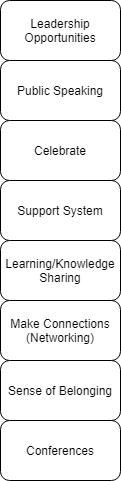
Earlier version of the draw.io export qa-community.xml.png (s-gurjit/diagrams). Source tidied: cells renumbered, new cells last; positions are measured from the earlier drawing's top-left corner, leaving out a move shared by most shapes. The source it was exported from:
```xml
<mxGraphModel>
  <root>
    <mxCell id="0" />
    <mxCell id="1" parent="0" />
    <mxCell id="2" value="Make Connections&lt;br&gt;(Networking)" style="rounded=1;whiteSpace=wrap;html=1;" parent="1" vertex="1">
      <mxGeometry y="300" width="120" height="60" as="geometry" />
    </mxCell>
    <mxCell id="3" value="Learning/Knowledge Sharing" style="rounded=1;whiteSpace=wrap;html=1;" parent="1" vertex="1">
      <mxGeometry y="240" width="120" height="60" as="geometry" />
    </mxCell>
    <mxCell id="4" value="Support System" style="rounded=1;whiteSpace=wrap;html=1;" parent="1" vertex="1">
      <mxGeometry y="180" width="120" height="60" as="geometry" />
    </mxCell>
    <mxCell id="5" value="Celebrate" style="rounded=1;whiteSpace=wrap;html=1;" parent="1" vertex="1">
      <mxGeometry y="120" width="120" height="60" as="geometry" />
    </mxCell>
    <mxCell id="6" value="Sense of Belonging" style="rounded=1;whiteSpace=wrap;html=1;" parent="1" vertex="1">
      <mxGeometry y="360" width="120" height="60" as="geometry" />
    </mxCell>
    <mxCell id="7" value="Public Speaking" style="rounded=1;whiteSpace=wrap;html=1;" parent="1" vertex="1">
      <mxGeometry y="60" width="120" height="60" as="geometry" />
    </mxCell>
    <mxCell id="8" value="Leadership Opportunities" style="rounded=1;whiteSpace=wrap;html=1;" parent="1" vertex="1">
      <mxGeometry width="120" height="60" as="geometry" />
    </mxCell>
    <mxCell id="9" value="Conferences" style="rounded=1;whiteSpace=wrap;html=1;" parent="1" vertex="1">
      <mxGeometry y="420" width="120" height="60" as="geometry" />
    </mxCell>
  </root>
</mxGraphModel>
```
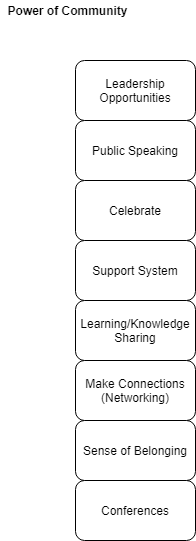
Above is the later version.

Diff of the diagram source:
```diff
@@ -26,5 +26,8 @@
     <mxCell id="9" value="Conferences" style="rounded=1;whiteSpace=wrap;html=1;" parent="1" vertex="1">
       <mxGeometry y="420" width="120" height="60" as="geometry" />
     </mxCell>
+    <mxCell id="10" value="Power of Community" style="text;html=1;strokeColor=none;fillColor=none;align=center;verticalAlign=middle;whiteSpace=wrap;rounded=0;fontStyle=1;" parent="1" vertex="1">
+      <mxGeometry x="-75" y="-60" width="135" height="20" as="geometry" />
+    </mxCell>
   </root>
 </mxGraphModel>
```
